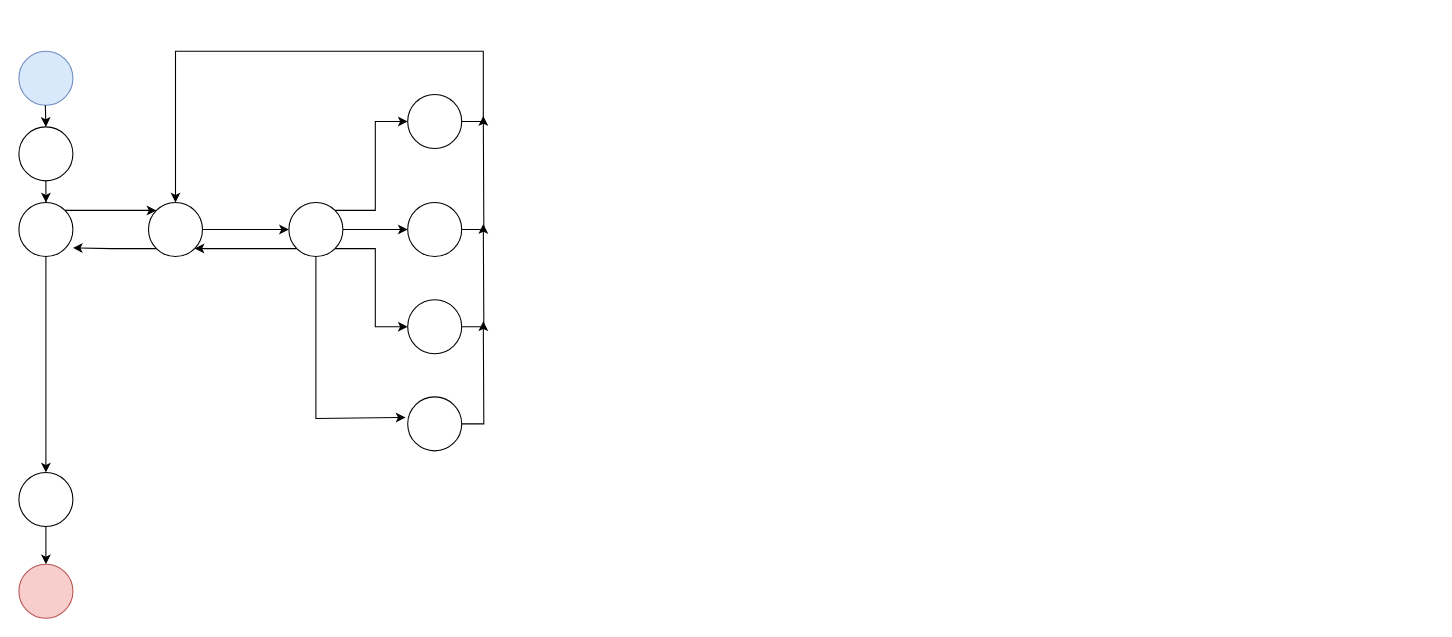
The draw.io diagram SA1.drawio in Soulhealer95/ProjMan, before the edit. Source tidied: cells renumbered, new cells numbered last; positions are measured from the earlier drawing's top-left corner, leaving out a move shared by most shapes. Both pictures are drawn from the tidied source at 108%, with x=0, y=0 at pixel (18, 51).
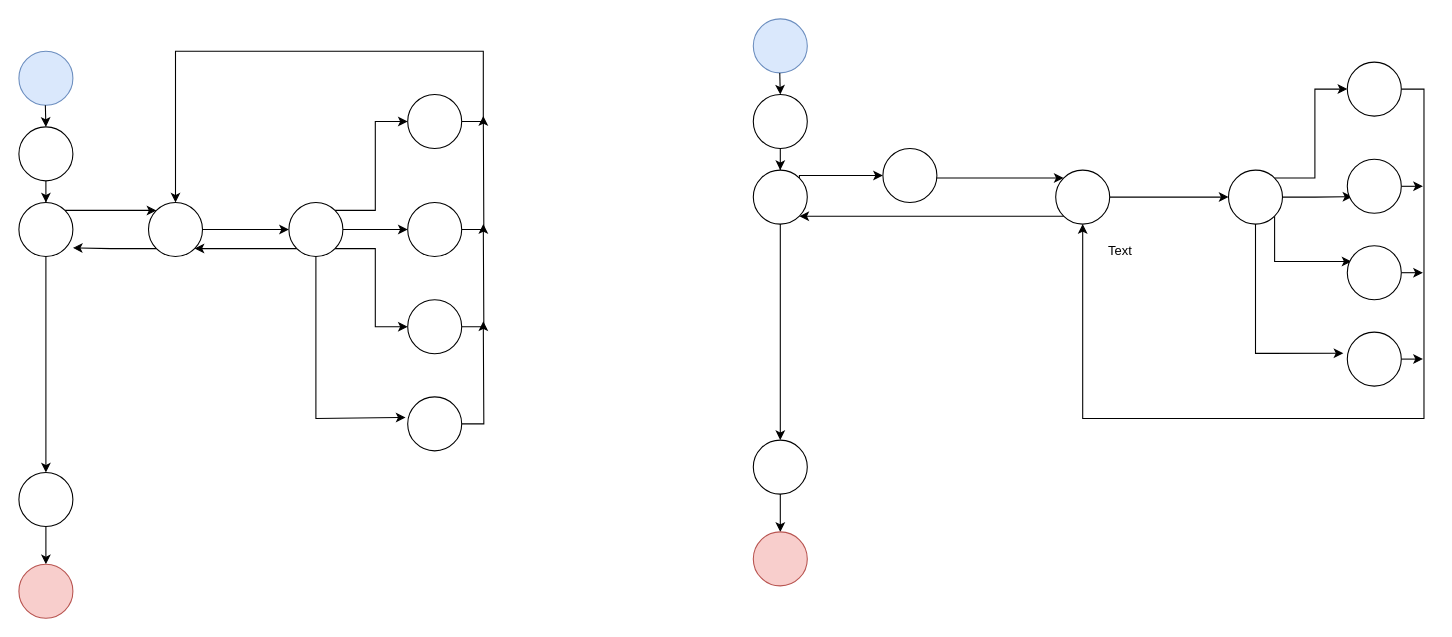
After the change.

The edit, as a diff of the source:
```diff
@@
+    <mxCell id="29" style="ellipse;whiteSpace=wrap;html=1;fillColor=#dae8fc;strokeColor=#6c8ebf;" parent="1" vertex="1">
+      <mxGeometry x="680" y="-30" width="50" height="50" as="geometry" />
+    </mxCell>
+    <mxCell id="30" style="edgeStyle=orthogonalEdgeStyle;rounded=0;jettySize=auto;html=1;exitX=0.5;exitY=1;exitDx=0;exitDy=0;entryX=0.5;entryY=0;entryDx=0;entryDy=0;" parent="1" edge="1" source="31" target="39">
+      <mxGeometry relative="1" as="geometry" />
+    </mxCell>
+    <mxCell id="31" style="ellipse;whiteSpace=wrap;html=1;" parent="1" vertex="1">
+      <mxGeometry x="680" y="360" width="50" height="50" as="geometry" />
+    </mxCell>
+    <mxCell id="32" style="edgeStyle=orthogonalEdgeStyle;rounded=0;jettySize=auto;html=1;" parent="1" edge="1" source="33" target="36">
+      <mxGeometry relative="1" as="geometry" />
+    </mxCell>
+    <mxCell id="33" style="ellipse;whiteSpace=wrap;html=1;" parent="1" vertex="1">
+      <mxGeometry x="680" y="40" width="50" height="50" as="geometry" />
+    </mxCell>
+    <mxCell id="34" style="edgeStyle=orthogonalEdgeStyle;rounded=0;jettySize=auto;html=1;exitX=1;exitY=0;exitDx=0;exitDy=0;entryX=0;entryY=0.5;entryDx=0;entryDy=0;" parent="1" edge="1" source="36" target="38">
+      <mxGeometry relative="1" as="geometry">
+        <Array as="points">
+          <mxPoint x="723" y="115" />
+        </Array>
+      </mxGeometry>
+    </mxCell>
+    <mxCell id="35" style="edgeStyle=orthogonalEdgeStyle;rounded=0;jettySize=auto;html=1;exitX=0.5;exitY=1;exitDx=0;exitDy=0;entryX=0.5;entryY=0;entryDx=0;entryDy=0;" parent="1" edge="1" source="36" target="31">
+      <mxGeometry relative="1" as="geometry" />
+    </mxCell>
+    <mxCell id="36" style="ellipse;whiteSpace=wrap;html=1;" parent="1" vertex="1">
+      <mxGeometry x="680" y="110" width="50" height="50" as="geometry" />
+    </mxCell>
+    <mxCell id="37" style="edgeStyle=orthogonalEdgeStyle;rounded=0;jettySize=auto;html=1;exitX=1;exitY=0;exitDx=0;exitDy=0;entryX=0;entryY=0;entryDx=0;entryDy=0;" parent="1" edge="1" source="38" target="42">
+      <mxGeometry relative="1" as="geometry">
+        <Array as="points">
+          <mxPoint x="843" y="117" />
+        </Array>
+      </mxGeometry>
+    </mxCell>
+    <mxCell id="38" style="ellipse;whiteSpace=wrap;html=1;" parent="1" vertex="1">
+      <mxGeometry x="800" y="90" width="50" height="50" as="geometry" />
+    </mxCell>
+    <mxCell id="39" style="ellipse;whiteSpace=wrap;html=1;fillColor=#f8cecc;strokeColor=#b85450;" parent="1" vertex="1">
+      <mxGeometry x="680" y="445" width="50" height="50" as="geometry" />
+    </mxCell>
+    <mxCell id="40" style="endArrow=classic;html=1;rounded=0;" parent="1" edge="1">
+      <mxGeometry relative="1" as="geometry">
+        <mxPoint x="704.5" y="20" as="sourcePoint" />
+        <mxPoint x="705" y="40" as="targetPoint" />
+      </mxGeometry>
+    </mxCell>
+    <mxCell id="41" style="edgeStyle=orthogonalEdgeStyle;rounded=0;jettySize=auto;html=1;exitX=1;exitY=0.5;exitDx=0;exitDy=0;entryX=0;entryY=0.5;entryDx=0;entryDy=0;" parent="1" edge="1" source="42" target="48">
+      <mxGeometry relative="1" as="geometry" />
+    </mxCell>
+    <mxCell id="42" style="ellipse;whiteSpace=wrap;html=1;" parent="1" vertex="1">
+      <mxGeometry x="960" y="110" width="50" height="50" as="geometry" />
+    </mxCell>
+    <mxCell id="43" style="edgeStyle=orthogonalEdgeStyle;rounded=0;jettySize=auto;html=1;exitX=0;exitY=1;exitDx=0;exitDy=0;entryX=1;entryY=1;entryDx=0;entryDy=0;" parent="1" edge="1" source="42" target="36">
+      <mxGeometry relative="1" as="geometry" />
+    </mxCell>
+    <mxCell id="44" style="edgeStyle=orthogonalEdgeStyle;rounded=0;jettySize=auto;html=1;exitX=1;exitY=0;exitDx=0;exitDy=0;entryX=0;entryY=0.5;entryDx=0;entryDy=0;" parent="1" edge="1" source="48" target="50">
+      <mxGeometry relative="1" as="geometry" />
+    </mxCell>
+    <mxCell id="45" style="edgeStyle=orthogonalEdgeStyle;rounded=0;jettySize=auto;html=1;exitX=1;exitY=0.5;exitDx=0;exitDy=0;entryX=0.093;entryY=0.693;entryDx=0;entryDy=0;entryPerimeter=0;" parent="1" edge="1" source="48" target="52">
+      <mxGeometry relative="1" as="geometry" />
+    </mxCell>
+    <mxCell id="46" style="edgeStyle=orthogonalEdgeStyle;rounded=0;jettySize=auto;html=1;exitX=1;exitY=1;exitDx=0;exitDy=0;entryX=0.077;entryY=0.293;entryDx=0;entryDy=0;entryPerimeter=0;" parent="1" edge="1" source="48" target="54">
+      <mxGeometry relative="1" as="geometry">
+        <Array as="points">
+          <mxPoint x="1163" y="195" />
+        </Array>
+      </mxGeometry>
+    </mxCell>
+    <mxCell id="47" style="edgeStyle=orthogonalEdgeStyle;rounded=0;jettySize=auto;html=1;exitX=0.5;exitY=1;exitDx=0;exitDy=0;entryX=-0.073;entryY=0.393;entryDx=0;entryDy=0;entryPerimeter=0;" parent="1" edge="1" source="48" target="56">
+      <mxGeometry relative="1" as="geometry">
+        <Array as="points">
+          <mxPoint x="1145" y="280" />
+        </Array>
+      </mxGeometry>
+    </mxCell>
+    <mxCell id="48" style="ellipse;whiteSpace=wrap;html=1;" parent="1" vertex="1">
+      <mxGeometry x="1120" y="110" width="50" height="50" as="geometry" />
+    </mxCell>
+    <mxCell id="49" style="edgeStyle=orthogonalEdgeStyle;rounded=0;jettySize=auto;html=1;exitX=1;exitY=0.5;exitDx=0;exitDy=0;entryX=0.5;entryY=1;entryDx=0;entryDy=0;" parent="1" edge="1" source="50" target="42">
+      <mxGeometry relative="1" as="geometry">
+        <Array as="points">
+          <mxPoint x="1301" y="35" />
+          <mxPoint x="1301" y="340" />
+          <mxPoint x="985" y="340" />
+        </Array>
+      </mxGeometry>
+    </mxCell>
+    <mxCell id="50" style="ellipse;whiteSpace=wrap;html=1;" parent="1" vertex="1">
+      <mxGeometry x="1230" y="10" width="50" height="50" as="geometry" />
+    </mxCell>
+    <mxCell id="51" style="edgeStyle=orthogonalEdgeStyle;rounded=0;jettySize=auto;html=1;exitX=1;exitY=0.5;exitDx=0;exitDy=0;" parent="1" edge="1" source="52">
+      <mxGeometry relative="1" as="geometry">
+        <mxPoint x="1300" y="124.7" as="targetPoint" />
+      </mxGeometry>
+    </mxCell>
+    <mxCell id="52" style="ellipse;whiteSpace=wrap;html=1;" parent="1" vertex="1">
+      <mxGeometry x="1230" y="100" width="50" height="50" as="geometry" />
+    </mxCell>
+    <mxCell id="53" style="edgeStyle=orthogonalEdgeStyle;rounded=0;jettySize=auto;html=1;exitX=1;exitY=0.5;exitDx=0;exitDy=0;" parent="1" edge="1" source="54">
+      <mxGeometry relative="1" as="geometry">
+        <mxPoint x="1300" y="204.7" as="targetPoint" />
+      </mxGeometry>
+    </mxCell>
+    <mxCell id="54" style="ellipse;whiteSpace=wrap;html=1;" parent="1" vertex="1">
+      <mxGeometry x="1230" y="180" width="50" height="50" as="geometry" />
+    </mxCell>
+    <mxCell id="55" style="edgeStyle=orthogonalEdgeStyle;rounded=0;jettySize=auto;html=1;exitX=1;exitY=0.5;exitDx=0;exitDy=0;" parent="1" edge="1" source="56">
+      <mxGeometry relative="1" as="geometry">
+        <mxPoint x="1300" y="284.7" as="targetPoint" />
+      </mxGeometry>
+    </mxCell>
+    <mxCell id="56" style="ellipse;whiteSpace=wrap;html=1;" parent="1" vertex="1">
+      <mxGeometry x="1230" y="260" width="50" height="50" as="geometry" />
+    </mxCell>
+    <mxCell id="57" value="Text" style="text;html=1;strokeColor=none;fillColor=none;align=center;verticalAlign=middle;whiteSpace=wrap;rounded=0;" parent="1" vertex="1">
+      <mxGeometry x="990" y="170" width="60" height="30" as="geometry" />
+    </mxCell>
```
